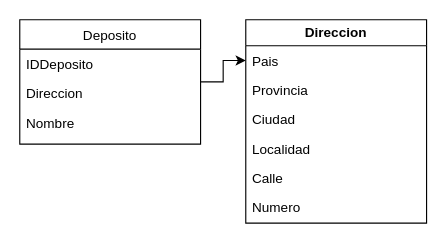
Earlier version of the draw.io diagram Diagrama sin título.drawio (Libreman3/UMLDeposito-Grupo2). Source tidied: cells renumbered, new cells numbered last; positions are measured from the earlier drawing's top-left corner, leaving out a move shared by most shapes. Both pictures are drawn from the tidied source at 113%, with x=0, y=0 at pixel (19, 19).
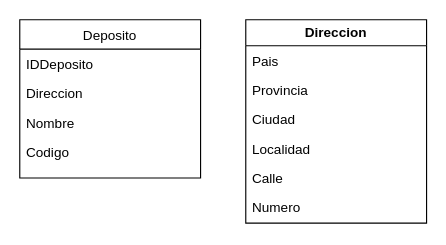
The same diagram, later.

What changed in the source:
```diff
@@
 <mxGraphModel>
   <root>
     <mxCell id="0" />
     <mxCell id="1" parent="0" />
-    <mxCell id="2" style="edgeStyle=orthogonalEdgeStyle;rounded=0;jettySize=auto;html=1;" parent="1" edge="1" source="3" target="11">
-      <mxGeometry relative="1" as="geometry" />
-    </mxCell>
     <mxCell id="3" value="Deposito" style="swimlane;fontStyle=0;align=center;verticalAlign=top;horizontal=1;startSize=26;rounded=0;shadow=0;strokeWidth=1;" parent="1" vertex="1">
-      <mxGeometry width="160" height="110" as="geometry" />
+      <mxGeometry width="160" height="140" as="geometry" />
     </mxCell>
     <mxCell id="4" value="IDDeposito" style="text;align=left;verticalAlign=top;spacingLeft=4;spacingRight=4;overflow=hidden;" parent="3" vertex="1">
       <mxGeometry y="26" width="160" height="26" as="geometry" />
     </mxCell>
     <mxCell id="5" value="Direccion" style="text;align=left;verticalAlign=top;spacingLeft=4;spacingRight=4;overflow=hidden;rounded=0;shadow=0;html=0;" parent="3" vertex="1">
       <mxGeometry y="52" width="160" height="26" as="geometry" />
     </mxCell>
     <mxCell id="6" value="Nombre" style="text;align=left;verticalAlign=top;spacingLeft=4;spacingRight=4;overflow=hidden;rounded=0;shadow=0;html=0;" parent="3" vertex="1">
       <mxGeometry y="78" width="160" height="26" as="geometry" />
     </mxCell>
+    <mxCell id="14" value="Codigo" style="text;align=left;verticalAlign=top;spacingLeft=4;spacingRight=4;overflow=hidden;rounded=0;shadow=0;html=0;" parent="3" vertex="1">
+      <mxGeometry y="104" width="160" height="26" as="geometry" />
+    </mxCell>
     <mxCell id="7" value="Direccion" style="swimlane;whiteSpace=wrap;html=1;" parent="1" vertex="1">
       <mxGeometry x="200" width="160" height="180" as="geometry" />
     </mxCell>
     <mxCell id="8" value="Provincia" style="text;align=left;verticalAlign=top;spacingLeft=4;spacingRight=4;overflow=hidden;rounded=0;shadow=0;html=0;" parent="7" vertex="1">
       <mxGeometry y="49" width="160" height="26" as="geometry" />
     </mxCell>
     <mxCell id="9" value="Ciudad" style="text;align=left;verticalAlign=top;spacingLeft=4;spacingRight=4;overflow=hidden;rounded=0;shadow=0;html=0;" parent="7" vertex="1">
       <mxGeometry y="75" width="160" height="26" as="geometry" />
     </mxCell>
     <mxCell id="10" value="Localidad" style="text;align=left;verticalAlign=top;spacingLeft=4;spacingRight=4;overflow=hidden;rounded=0;shadow=0;html=0;" parent="7" vertex="1">
       <mxGeometry y="101" width="160" height="26" as="geometry" />
     </mxCell>
     <mxCell id="11" value="Pais" style="text;align=left;verticalAlign=top;spacingLeft=4;spacingRight=4;overflow=hidden;points=[[0,0.5],[1,0.5]];portConstraint=eastwest;rounded=0;shadow=0;html=0;" parent="7" vertex="1">
       <mxGeometry y="23" width="160" height="26" as="geometry" />
     </mxCell>
     <mxCell id="12" value="Calle" style="text;align=left;verticalAlign=top;spacingLeft=4;spacingRight=4;overflow=hidden;rounded=0;shadow=0;html=0;" parent="7" vertex="1">
       <mxGeometry y="127" width="160" height="26" as="geometry" />
     </mxCell>
     <mxCell id="13" value="Numero" style="text;align=left;verticalAlign=top;spacingLeft=4;spacingRight=4;overflow=hidden;rounded=0;shadow=0;html=0;" parent="7" vertex="1">
       <mxGeometry y="153" width="160" height="26" as="geometry" />
     </mxCell>
   </root>
 </mxGraphModel>
```
